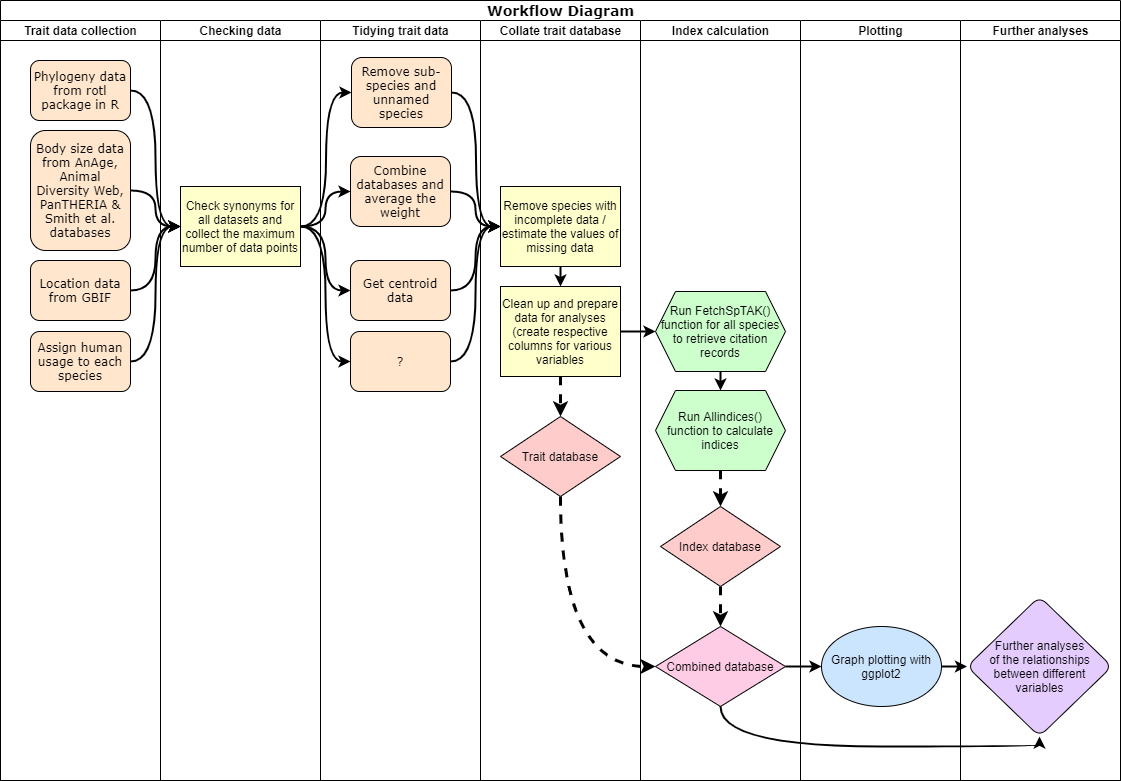
This is outputs/Workflow diagram.png from jessicatytam/honours, a draw.io export, as it was before one commit. Source tidied: cells renumbered, new cells last; positions are measured from the earlier drawing's top-left corner, leaving out a move shared by most shapes.
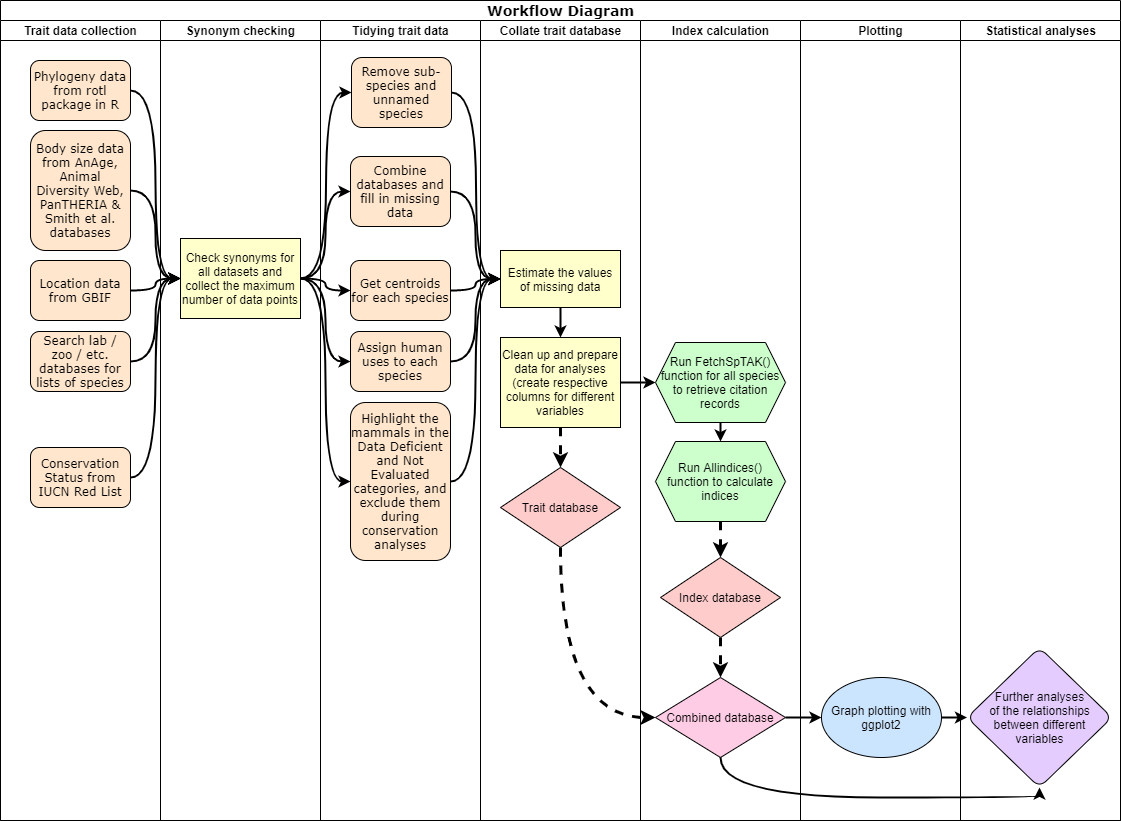
Later version of the same file.

Commit message:
workflow diagram

What changed in the source:
```diff
@@ -3,10 +3,10 @@
     <mxCell id="0" />
     <mxCell id="1" parent="0" />
     <mxCell id="2" value="&lt;font style=&quot;font-size: 14px&quot;&gt;Workflow Diagram&lt;/font&gt;" style="swimlane;html=1;startSize=20;rounded=0;shadow=0;labelBackgroundColor=none;strokeWidth=1;fontFamily=Verdana;fontSize=8;align=center;" parent="1" vertex="1">
-      <mxGeometry width="1120" height="780" as="geometry" />
+      <mxGeometry width="1120" height="820" as="geometry" />
     </mxCell>
     <mxCell id="3" value="Trait data collection" style="swimlane;html=1;startSize=20;" parent="2" vertex="1">
-      <mxGeometry y="20" width="160" height="760" as="geometry" />
+      <mxGeometry y="20" width="160" height="800" as="geometry" />
     </mxCell>
     <mxCell id="4" value="&lt;font style=&quot;font-size: 12px&quot;&gt;Phylogeny data from rotl package in R&lt;/font&gt;" style="rounded=1;whiteSpace=wrap;html=1;shadow=0;labelBackgroundColor=none;strokeWidth=1;fontFamily=Verdana;fontSize=8;align=center;fillColor=#FFE6CC;" parent="3" vertex="1">
       <mxGeometry x="30" y="40" width="100" height="60" as="geometry" />
@@ -17,20 +17,23 @@
     <mxCell id="6" value="&lt;font style=&quot;font-size: 12px&quot;&gt;Location data from GBIF&lt;/font&gt;" style="rounded=1;whiteSpace=wrap;html=1;shadow=0;labelBackgroundColor=none;strokeWidth=1;fontFamily=Verdana;fontSize=8;align=center;fillColor=#FFE6CC;" parent="3" vertex="1">
       <mxGeometry x="30" y="240" width="100" height="60" as="geometry" />
     </mxCell>
-    <mxCell id="7" value="&lt;font style=&quot;font-size: 12px&quot;&gt;Assign human usage to each species&lt;/font&gt;" style="rounded=1;whiteSpace=wrap;html=1;shadow=0;labelBackgroundColor=none;strokeWidth=1;fontFamily=Verdana;fontSize=8;align=center;fillColor=#FFE6CC;" parent="3" vertex="1">
+    <mxCell id="7" value="&lt;font style=&quot;font-size: 12px&quot;&gt;Search lab / zoo / etc. databases for lists of species&lt;/font&gt;" style="rounded=1;whiteSpace=wrap;html=1;shadow=0;labelBackgroundColor=none;strokeWidth=1;fontFamily=Verdana;fontSize=8;align=center;fillColor=#FFE6CC;" parent="3" vertex="1">
       <mxGeometry x="30" y="311" width="100" height="60" as="geometry" />
     </mxCell>
+    <mxCell id="50" value="&lt;span style=&quot;font-size: 12px&quot;&gt;Conservation Status from IUCN Red List&lt;/span&gt;" style="rounded=1;whiteSpace=wrap;html=1;shadow=0;labelBackgroundColor=none;strokeWidth=1;fontFamily=Verdana;fontSize=8;align=center;fillColor=#FFE6CC;" parent="3" vertex="1">
+      <mxGeometry x="30" y="427" width="100" height="60" as="geometry" />
+    </mxCell>
     <mxCell id="8" style="edgeStyle=orthogonalEdgeStyle;rounded=0;jettySize=auto;html=1;strokeWidth=2;entryX=0;entryY=0.5;entryDx=0;entryDy=0;curved=1;" parent="2" edge="1" source="4" target="11">
       <mxGeometry relative="1" as="geometry" />
     </mxCell>
     <mxCell id="9" style="edgeStyle=orthogonalEdgeStyle;curved=1;rounded=0;jettySize=auto;html=1;strokeWidth=2;entryX=0;entryY=0.5;entryDx=0;entryDy=0;" parent="2" edge="1" source="5" target="11">
       <mxGeometry relative="1" as="geometry" />
     </mxCell>
-    <mxCell id="10" value="Checking data" style="swimlane;html=1;startSize=20;" parent="2" vertex="1">
-      <mxGeometry x="160" y="20" width="160" height="760" as="geometry" />
+    <mxCell id="10" value="Synonym checking" style="swimlane;html=1;startSize=20;" parent="2" vertex="1">
+      <mxGeometry x="160" y="20" width="160" height="800" as="geometry" />
     </mxCell>
     <mxCell id="11" value="Check synonyms for all datasets and collect the maximum number of data points" style="rounded=0;whiteSpace=wrap;html=1;fillColor=#FFFFCC;" parent="10" vertex="1">
-      <mxGeometry x="20" y="166" width="120" height="80" as="geometry" />
+      <mxGeometry x="20" y="218" width="120" height="80" as="geometry" />
     </mxCell>
     <mxCell id="12" style="edgeStyle=orthogonalEdgeStyle;curved=1;rounded=0;jettySize=auto;html=1;strokeWidth=2;entryX=0;entryY=0.5;entryDx=0;entryDy=0;" parent="2" edge="1" source="6" target="11">
       <mxGeometry relative="1" as="geometry" />
@@ -38,52 +41,55 @@
     <mxCell id="13" style="edgeStyle=orthogonalEdgeStyle;curved=1;rounded=0;jettySize=auto;html=1;strokeWidth=2;entryX=0;entryY=0.5;entryDx=0;entryDy=0;" parent="2" edge="1" source="7" target="11">
       <mxGeometry relative="1" as="geometry" />
     </mxCell>
+    <mxCell id="51" style="edgeStyle=orthogonalEdgeStyle;rounded=0;jettySize=auto;html=1;curved=1;strokeWidth=2;entryX=0;entryY=0.5;entryDx=0;entryDy=0;" parent="2" edge="1" source="50" target="11">
+      <mxGeometry relative="1" as="geometry" />
+    </mxCell>
-    <mxCell id="14" value="Further analyses" style="swimlane;html=1;startSize=20;" parent="1" vertex="1">
-      <mxGeometry x="960" y="20" width="160" height="760" as="geometry" />
+    <mxCell id="14" value="Statistical analyses" style="swimlane;html=1;startSize=20;" parent="1" vertex="1">
+      <mxGeometry x="960" y="20" width="160" height="800" as="geometry" />
     </mxCell>
     <mxCell id="15" value="&lt;span&gt;Further analyses&lt;/span&gt;&lt;br&gt;&lt;span&gt;of the relationships&lt;/span&gt;&lt;br&gt;&lt;span&gt;between different variables&lt;/span&gt;" style="rhombus;whiteSpace=wrap;html=1;fillColor=#E5CCFF;rounded=1;" parent="14" vertex="1">
-      <mxGeometry x="6.5" y="576" width="145" height="140" as="geometry" />
+      <mxGeometry x="6.5" y="627" width="145" height="140" as="geometry" />
     </mxCell>
     <mxCell id="16" value="Plotting" style="swimlane;html=1;startSize=20;" parent="1" vertex="1">
-      <mxGeometry x="800" y="20" width="160" height="760" as="geometry" />
+      <mxGeometry x="800" y="20" width="160" height="800" as="geometry" />
     </mxCell>
     <mxCell id="17" value="Graph plotting with ggplot2" style="ellipse;whiteSpace=wrap;html=1;fillColor=#CCE5FF;" parent="16" vertex="1">
-      <mxGeometry x="21" y="606" width="120" height="80" as="geometry" />
+      <mxGeometry x="21" y="657" width="120" height="80" as="geometry" />
     </mxCell>
     <mxCell id="18" value="Index calculation" style="swimlane;html=1;startSize=20;" parent="1" vertex="1">
-      <mxGeometry x="640" y="20" width="160" height="760" as="geometry" />
+      <mxGeometry x="640" y="20" width="160" height="800" as="geometry" />
     </mxCell>
     <mxCell id="19" style="edgeStyle=orthogonalEdgeStyle;curved=1;rounded=0;jettySize=auto;html=1;strokeWidth=2;" parent="18" edge="1" source="21" target="22">
       <mxGeometry relative="1" as="geometry" />
     </mxCell>
     <mxCell id="20" style="edgeStyle=orthogonalEdgeStyle;curved=1;rounded=0;jettySize=auto;html=1;entryX=0.5;entryY=0;entryDx=0;entryDy=0;labelBorderColor=none;dashed=1;strokeWidth=3;" parent="18" edge="1" target="25">
       <mxGeometry relative="1" as="geometry">
-        <mxPoint x="80" y="450" as="sourcePoint" />
+        <mxPoint x="80" y="501" as="sourcePoint" />
       </mxGeometry>
     </mxCell>
     <mxCell id="21" value="Run FetchSpTAK()&lt;br&gt;function for all species to retrieve citation&lt;br&gt;records" style="shape=hexagon;perimeter=hexagonPerimeter2;whiteSpace=wrap;html=1;fixedSize=1;rounded=0;fillColor=#CCFFCC;sketch=0;shadow=0;" parent="18" vertex="1">
-      <mxGeometry x="15" y="271" width="130" height="80" as="geometry" />
+      <mxGeometry x="15" y="322" width="130" height="80" as="geometry" />
     </mxCell>
     <mxCell id="22" value="Run Allindices() function to calculate indices" style="shape=hexagon;perimeter=hexagonPerimeter2;whiteSpace=wrap;html=1;fixedSize=1;rounded=0;fillColor=#CCFFCC;" parent="18" vertex="1">
-      <mxGeometry x="15" y="370" width="130" height="80" as="geometry" />
+      <mxGeometry x="15" y="421" width="130" height="80" as="geometry" />
     </mxCell>
     <mxCell id="23" style="edgeStyle=orthogonalEdgeStyle;curved=1;rounded=0;jettySize=auto;html=1;strokeWidth=3;dashed=1;" parent="18" edge="1" source="25" target="24">
       <mxGeometry relative="1" as="geometry" />
     </mxCell>
     <mxCell id="24" value="Combined database" style="rhombus;whiteSpace=wrap;html=1;fillColor=#FFCCE6;" parent="18" vertex="1">
-      <mxGeometry x="15" y="606" width="130" height="80" as="geometry" />
+      <mxGeometry x="15" y="657" width="130" height="80" as="geometry" />
     </mxCell>
     <mxCell id="25" value="Index database" style="rhombus;whiteSpace=wrap;html=1;fillColor=#FFCCCC;" parent="18" vertex="1">
-      <mxGeometry x="20" y="486" width="120" height="80" as="geometry" />
+      <mxGeometry x="20" y="537" width="120" height="80" as="geometry" />
     </mxCell>
     <mxCell id="26" value="Collate trait database" style="swimlane;html=1;startSize=20;horizontal=1;" parent="1" vertex="1">
-      <mxGeometry x="480" y="20" width="160" height="760" as="geometry" />
+      <mxGeometry x="480" y="20" width="160" height="800" as="geometry" />
     </mxCell>
-    <mxCell id="27" value="Remove species with incomplete data / estimate the values of missing data" style="rounded=0;whiteSpace=wrap;html=1;fillColor=#FFFFCC;" parent="26" vertex="1">
-      <mxGeometry x="20" y="166" width="120" height="80" as="geometry" />
+    <mxCell id="27" value="Estimate the values of missing data" style="rounded=0;whiteSpace=wrap;html=1;fillColor=#FFFFCC;" parent="26" vertex="1">
+      <mxGeometry x="20" y="230" width="120" height="57" as="geometry" />
     </mxCell>
-    <mxCell id="28" value="Clean up and prepare data for analyses (create respective columns for various variables" style="rounded=0;whiteSpace=wrap;html=1;fillColor=#FFFFCC;" parent="26" vertex="1">
-      <mxGeometry x="20" y="266" width="120" height="90" as="geometry" />
+    <mxCell id="28" value="Clean up and prepare data for analyses (create respective columns for different variables" style="rounded=0;whiteSpace=wrap;html=1;fillColor=#FFFFCC;" parent="26" vertex="1">
+      <mxGeometry x="20" y="317" width="120" height="90" as="geometry" />
     </mxCell>
     <mxCell id="29" style="edgeStyle=orthogonalEdgeStyle;curved=1;rounded=0;jettySize=auto;html=1;entryX=0.5;entryY=0;entryDx=0;entryDy=0;strokeWidth=2;" parent="26" edge="1" source="27" target="28">
       <mxGeometry relative="1" as="geometry" />
@@ -92,10 +98,10 @@
       <mxGeometry relative="1" as="geometry" />
     </mxCell>
     <mxCell id="31" value="Trait database" style="rhombus;whiteSpace=wrap;html=1;fillColor=#FFCCCC;" parent="26" vertex="1">
-      <mxGeometry x="20" y="396" width="120" height="80" as="geometry" />
+      <mxGeometry x="20" y="447" width="120" height="80" as="geometry" />
     </mxCell>
     <mxCell id="32" value="Tidying trait data" style="swimlane;html=1;startSize=20;" parent="1" vertex="1">
-      <mxGeometry x="320" y="20" width="160" height="760" as="geometry" />
+      <mxGeometry x="320" y="20" width="160" height="800" as="geometry" />
     </mxCell>
     <mxCell id="33" style="edgeStyle=orthogonalEdgeStyle;curved=1;rounded=0;jettySize=auto;html=1;strokeWidth=2;entryX=0;entryY=0.5;entryDx=0;entryDy=0;" parent="1" edge="1" source="17" target="15">
       <mxGeometry relative="1" as="geometry" />
@@ -103,8 +109,8 @@
     <mxCell id="34" style="edgeStyle=orthogonalEdgeStyle;curved=1;rounded=0;jettySize=auto;html=1;strokeWidth=2;entryX=0.5;entryY=1;entryDx=0;entryDy=0;exitX=0.5;exitY=1;exitDx=0;exitDy=0;" parent="1" edge="1" source="24" target="15">
       <mxGeometry relative="1" as="geometry">
         <Array as="points">
-          <mxPoint x="720" y="746" />
-          <mxPoint x="1039" y="746" />
+          <mxPoint x="720" y="797" />
+          <mxPoint x="1039" y="797" />
         </Array>
       </mxGeometry>
     </mxCell>
@@ -117,7 +123,7 @@
     <mxCell id="37" style="edgeStyle=orthogonalEdgeStyle;curved=1;rounded=0;jettySize=auto;html=1;dashed=1;strokeWidth=3;entryX=0;entryY=0.5;entryDx=0;entryDy=0;exitX=0.5;exitY=1;exitDx=0;exitDy=0;" parent="1" edge="1" source="31" target="24">
       <mxGeometry relative="1" as="geometry">
         <Array as="points">
-          <mxPoint x="560" y="666" />
+          <mxPoint x="560" y="717" />
         </Array>
       </mxGeometry>
     </mxCell>
@@ -130,22 +136,22 @@
     <mxCell id="40" style="edgeStyle=orthogonalEdgeStyle;curved=1;rounded=0;jettySize=auto;html=1;strokeWidth=2;entryX=0;entryY=0.5;entryDx=0;entryDy=0;" parent="1" edge="1" source="41" target="27">
       <mxGeometry relative="1" as="geometry" />
     </mxCell>
-    <mxCell id="41" value="&lt;font style=&quot;font-size: 12px&quot;&gt;Get centroid data&lt;/font&gt;" style="rounded=1;whiteSpace=wrap;html=1;shadow=0;labelBackgroundColor=none;strokeWidth=1;fontFamily=Verdana;fontSize=8;align=center;fillColor=#FFE6CC;" parent="1" vertex="1">
+    <mxCell id="41" value="&lt;font style=&quot;font-size: 12px&quot;&gt;Get centroids for each species&lt;/font&gt;" style="rounded=1;whiteSpace=wrap;html=1;shadow=0;labelBackgroundColor=none;strokeWidth=1;fontFamily=Verdana;fontSize=8;align=center;fillColor=#FFE6CC;" parent="1" vertex="1">
       <mxGeometry x="350" y="260" width="100" height="60" as="geometry" />
     </mxCell>
     <mxCell id="42" style="edgeStyle=orthogonalEdgeStyle;curved=1;rounded=0;jettySize=auto;html=1;strokeWidth=2;entryX=0;entryY=0.5;entryDx=0;entryDy=0;" parent="1" edge="1" source="43" target="27">
       <mxGeometry relative="1" as="geometry" />
     </mxCell>
-    <mxCell id="43" value="&lt;font style=&quot;font-size: 12px&quot;&gt;?&lt;/font&gt;" style="rounded=1;whiteSpace=wrap;html=1;shadow=0;labelBackgroundColor=none;strokeWidth=1;fontFamily=Verdana;fontSize=8;align=center;fillColor=#FFE6CC;" parent="1" vertex="1">
+    <mxCell id="43" value="&lt;span style=&quot;font-size: 12px&quot;&gt;Assign human uses to each species&lt;/span&gt;" style="rounded=1;whiteSpace=wrap;html=1;shadow=0;labelBackgroundColor=none;strokeWidth=1;fontFamily=Verdana;fontSize=8;align=center;fillColor=#FFE6CC;" parent="1" vertex="1">
       <mxGeometry x="350" y="331" width="100" height="60" as="geometry" />
     </mxCell>
     <mxCell id="44" style="edgeStyle=orthogonalEdgeStyle;curved=1;rounded=0;jettySize=auto;html=1;strokeWidth=2;entryX=0;entryY=0.5;entryDx=0;entryDy=0;" parent="1" edge="1" source="45" target="27">
       <mxGeometry relative="1" as="geometry" />
     </mxCell>
-    <mxCell id="45" value="&lt;font style=&quot;font-size: 12px&quot;&gt;Combine databases and average the weight&lt;/font&gt;" style="rounded=1;whiteSpace=wrap;html=1;shadow=0;labelBackgroundColor=none;strokeWidth=1;fontFamily=Verdana;fontSize=8;align=center;fillColor=#FFE6CC;" parent="1" vertex="1">
+    <mxCell id="45" value="&lt;font style=&quot;font-size: 12px&quot;&gt;Combine databases and fill in missing data&lt;/font&gt;" style="rounded=1;whiteSpace=wrap;html=1;shadow=0;labelBackgroundColor=none;strokeWidth=1;fontFamily=Verdana;fontSize=8;align=center;fillColor=#FFE6CC;" parent="1" vertex="1">
       <mxGeometry x="350" y="156" width="100" height="70" as="geometry" />
     </mxCell>
-    <mxCell id="46" style="edgeStyle=orthogonalEdgeStyle;curved=1;rounded=0;jettySize=auto;html=1;strokeWidth=2;" parent="1" edge="1" source="11" target="45">
+    <mxCell id="46" style="edgeStyle=orthogonalEdgeStyle;curved=1;rounded=0;jettySize=auto;html=1;strokeWidth=2;entryX=0;entryY=0.5;entryDx=0;entryDy=0;" parent="1" edge="1" source="11" target="45">
       <mxGeometry relative="1" as="geometry" />
     </mxCell>
     <mxCell id="47" style="edgeStyle=orthogonalEdgeStyle;curved=1;rounded=0;jettySize=auto;html=1;strokeWidth=2;entryX=0;entryY=0.5;entryDx=0;entryDy=0;" parent="1" edge="1" source="11" target="39">
@@ -157,5 +163,14 @@
     <mxCell id="49" style="edgeStyle=orthogonalEdgeStyle;curved=1;rounded=0;jettySize=auto;html=1;strokeWidth=2;entryX=0;entryY=0.5;entryDx=0;entryDy=0;exitX=1;exitY=0.5;exitDx=0;exitDy=0;" parent="1" edge="1" source="11" target="41">
       <mxGeometry relative="1" as="geometry" />
     </mxCell>
+    <mxCell id="52" style="edgeStyle=orthogonalEdgeStyle;curved=1;rounded=0;jettySize=auto;html=1;strokeWidth=2;entryX=0;entryY=0.5;entryDx=0;entryDy=0;" parent="1" edge="1" source="53" target="27">
+      <mxGeometry relative="1" as="geometry" />
+    </mxCell>
+    <mxCell id="53" value="&lt;span style=&quot;font-size: 12px&quot;&gt;Highlight the mammals in the Data Deficient and Not Evaluated categories, and exclude them during conservation analyses&lt;/span&gt;" style="rounded=1;whiteSpace=wrap;html=1;shadow=0;labelBackgroundColor=none;strokeWidth=1;fontFamily=Verdana;fontSize=8;align=center;fillColor=#FFE6CC;" parent="1" vertex="1">
+      <mxGeometry x="350" y="402" width="100" height="158" as="geometry" />
+    </mxCell>
+    <mxCell id="54" style="edgeStyle=orthogonalEdgeStyle;curved=1;rounded=0;jettySize=auto;html=1;strokeWidth=2;entryX=0;entryY=0.5;entryDx=0;entryDy=0;" parent="1" edge="1" source="11" target="53">
+      <mxGeometry relative="1" as="geometry" />
+    </mxCell>
   </root>
 </mxGraphModel>
```
